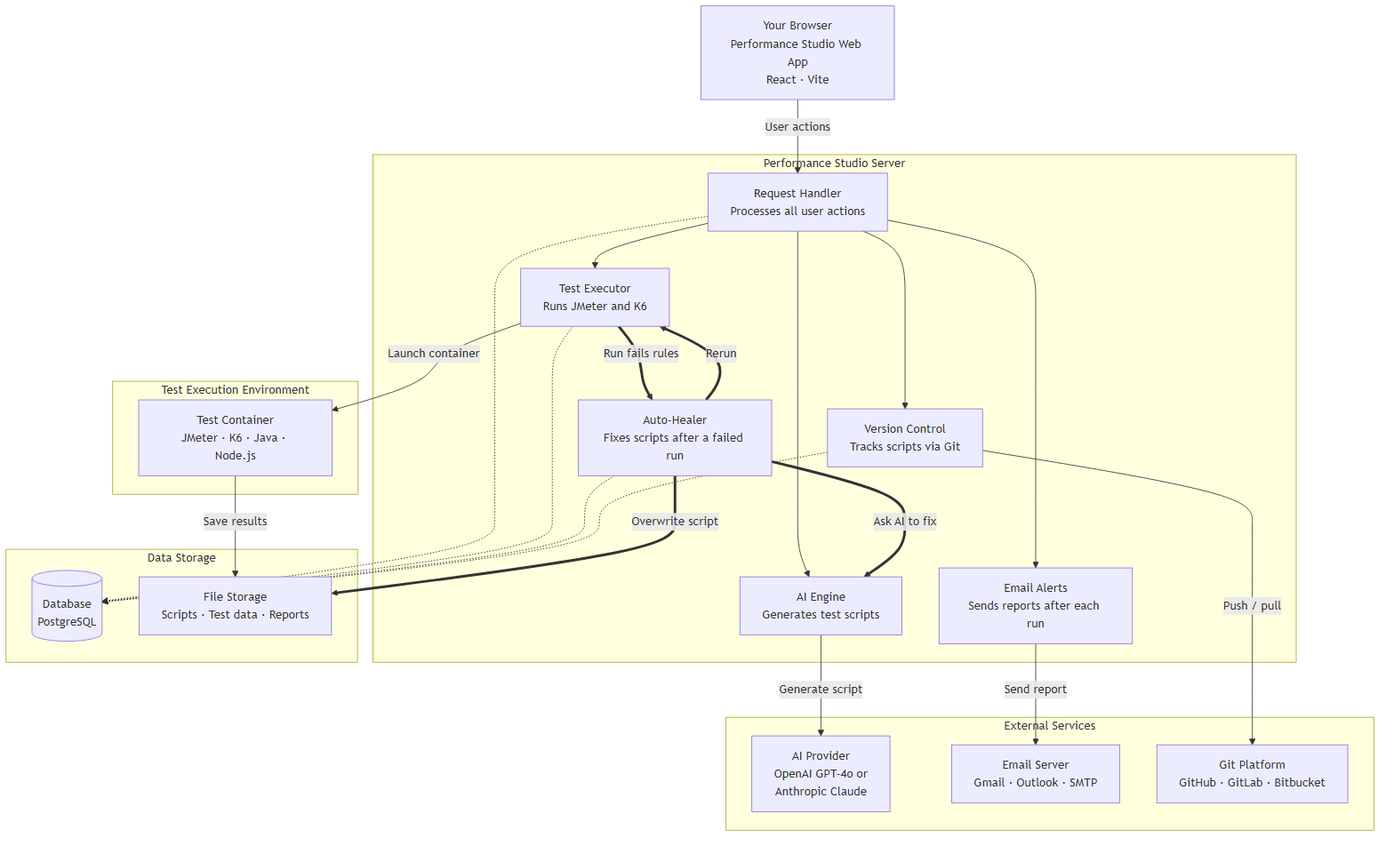
Before: docs/images/system-architecture.png, a diagram exported from Mermaid (tasleem-zaif/perf-studio). Its source is kept beside it as docs/images/system-architecture.mmd.
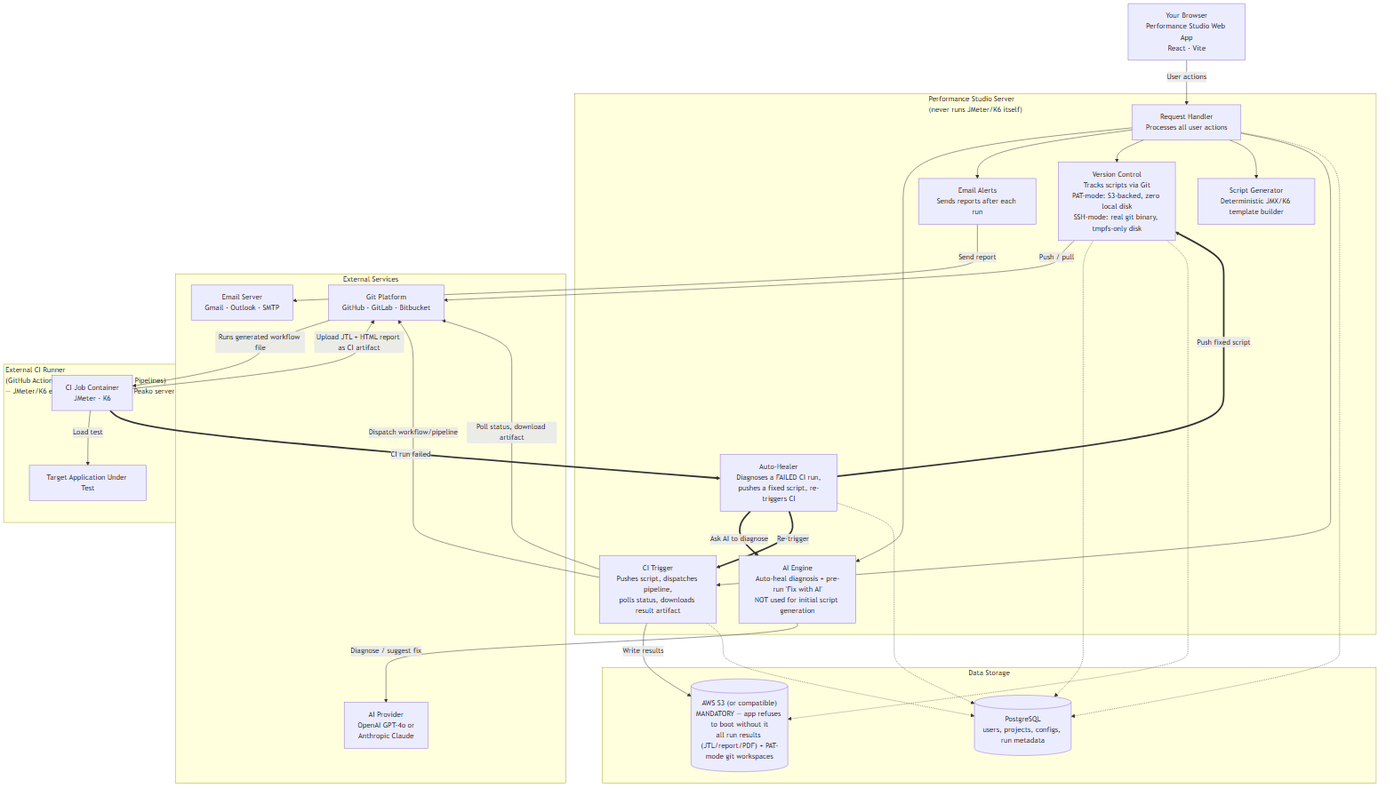
Above is the later version.

Change to the diagram source:
```diff
@@ -2,13 +2,14 @@
     Browser["Your Browser<br/>Performance Studio Web App<br/>React · Vite"]
     RH["Request Handler<br/>Processes all user actions"]
 
-    subgraph Server["Performance Studio Server"]
+    subgraph Server["Performance Studio Server<br/>(never runs JMeter/K6 itself)"]
         RH
-        AI["AI Engine<br/>Generates test scripts"]
+        AI["AI Engine<br/>Auto-heal diagnosis + pre-run 'Fix with AI'<br/>NOT used for initial script generation"]
         EA["Email Alerts<br/>Sends reports after each run"]
-        VC["Version Control<br/>Tracks scripts via Git"]
-        TE["Test Executor<br/>Runs JMeter and K6"]
-        AH["Auto-Healer<br/>Fixes scripts after a failed run"]
+        VC["Version Control<br/>Tracks scripts via Git<br/>PAT-mode: S3-backed, zero local disk<br/>SSH-mode: real git binary, tmpfs-only disk"]
+        SG["Script Generator<br/>Deterministic JMX/K6 template builder"]
+        CI["CI Trigger<br/>Pushes script, dispatches pipeline,<br/>polls status, downloads result artifact"]
+        AH["Auto-Healer<br/>Diagnoses a FAILED CI run,<br/>pushes a fixed script, re-triggers CI"]
     end
 
     subgraph ExtSvc["External Services"]
@@ -17,33 +18,40 @@
         GP["Git Platform<br/>GitHub · GitLab · Bitbucket"]
     end
 
-    subgraph ExecEnv["Test Execution Environment"]
-        TC["Test Container<br/>JMeter · K6 · Java · Node.js"]
+    subgraph ExecEnv["External CI Runner<br/>(GitHub Actions / GitLab CI / Bitbucket Pipelines)<br/>— JMeter/K6 execute HERE, not on the Peako server"]
+        TC["CI Job Container<br/>JMeter · K6"]
+        Target["Target Application Under Test"]
     end
 
     subgraph Storage["Data Storage"]
-        DB[("Database<br/>PostgreSQL")]
-        FS["File Storage<br/>Scripts · Test data · Reports"]
+        DB[("PostgreSQL<br/>users, projects, configs, run metadata")]
+        S3[("AWS S3 (or compatible)<br/>MANDATORY — app refuses to boot without it<br/>all run results (JTL/report/PDF) + PAT-mode git workspaces")]
     end
 
     Browser -->|User actions| RH
     RH --> AI
     RH --> EA
     RH --> VC
-    RH --> TE
+    RH --> SG
+    RH --> CI
 
-    AI -->|Generate script| AIP
+    AI -->|Diagnose / suggest fix| AIP
     EA -->|Send report| ES
     VC -->|Push / pull| GP
-    TE -->|Launch container| TC
-    TC -->|Save results| FS
+    CI -->|Dispatch workflow/pipeline| GP
+    GP -->|Runs generated workflow file| TC
+    TC -->|Load test| Target
+    TC -->|Upload JTL + HTML report as CI artifact| GP
+    CI -->|Poll status, download artifact| GP
+    CI -->|Write results| S3
 
-    TE ==>|Run fails rules| AH
-    AH ==>|Ask AI to fix| AI
-    AH ==>|Overwrite script| FS
-    AH ==>|Rerun| TE
+    TC ==>|CI run failed| AH
+    AH ==>|Ask AI to diagnose| AI
+    AH ==>|Push fixed script| VC
+    AH ==>|Re-trigger| CI
 
     RH -.-> DB
-    TE -.-> DB
+    CI -.-> DB
     AH -.-> DB
     VC -.-> DB
+    VC -.-> S3
```
